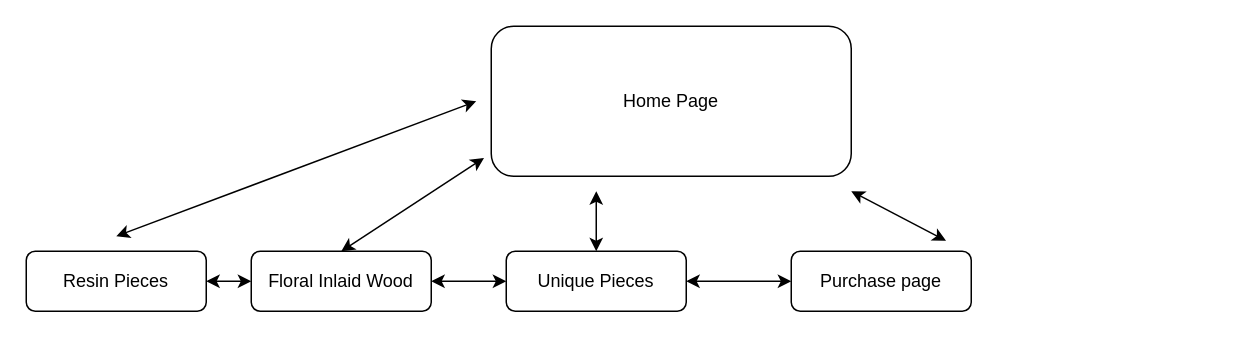
Earlier version of the draw.io diagram Untitled Diagram.drawio (rasrhyss/CMST-385). Source tidied: cells renumbered, new cells numbered last; positions are measured from the earlier drawing's top-left corner, leaving out a move shared by most shapes. Both pictures are drawn from the tidied source at 150%, with x=0, y=0 at pixel (26, 26).
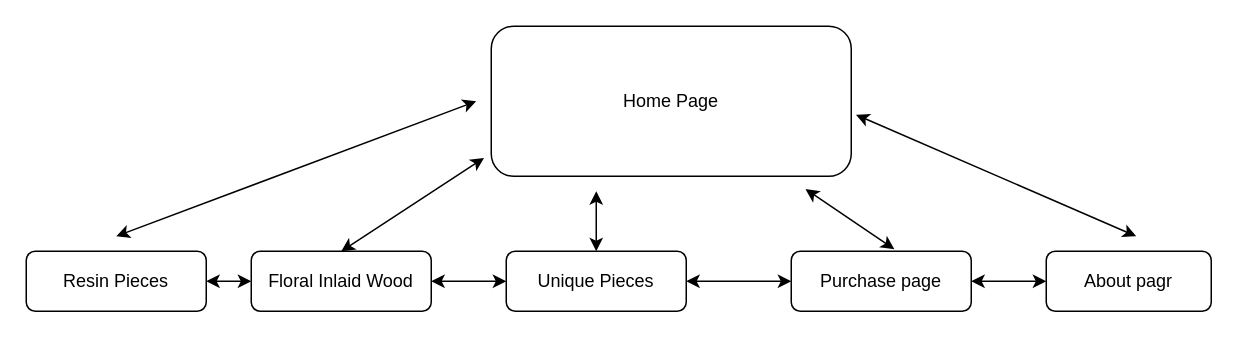
After the change.

Unchanged cells that the change refers to:
```xml
<mxCell id="2" value="Home Page" style="rounded=1;whiteSpace=wrap;html=1;fontSize=12;glass=0;strokeWidth=1;shadow=0;" parent="1" vertex="1">
  <mxGeometry x="310" width="240" height="100" as="geometry" />
</mxCell>
<mxCell id="3" value="Purchase page" style="rounded=1;whiteSpace=wrap;html=1;fontSize=12;glass=0;strokeWidth=1;shadow=0;" parent="1" vertex="1">
  <mxGeometry x="510" y="150" width="120" height="40" as="geometry" />
</mxCell>
```

Change to the diagram source:
```diff
@@
-    <mxCell id="9" style="endArrow=classic;startArrow=classic;html=1;rounded=0;entryX=0.86;entryY=-0.175;entryDx=0;entryDy=0;entryPerimeter=0;" parent="1" edge="1" target="3">
-      <mxGeometry relative="1" as="geometry">
-        <mxPoint x="550" y="110" as="sourcePoint" />
-      </mxGeometry>
+    <mxCell id="9" style="endArrow=classic;startArrow=classic;html=1;rounded=0;entryX=0.573;entryY=-0.035;entryDx=0;entryDy=0;entryPerimeter=0;exitX=0.873;exitY=1.086;exitDx=0;exitDy=0;exitPerimeter=0;" parent="1" edge="1" source="2" target="3">
+      <mxGeometry relative="1" as="geometry" />
     </mxCell>
@@
+    <mxCell id="14" value="About pagr" style="rounded=1;whiteSpace=wrap;html=1;" parent="1" vertex="1">
+      <mxGeometry x="680" y="150" width="110" height="40" as="geometry" />
+    </mxCell>
+    <mxCell id="15" style="endArrow=classic;startArrow=classic;html=1;rounded=0;entryX=1.013;entryY=0.59;entryDx=0;entryDy=0;entryPerimeter=0;" parent="1" edge="1" target="2">
+      <mxGeometry relative="1" as="geometry">
+        <mxPoint x="740" y="140" as="sourcePoint" />
+      </mxGeometry>
+    </mxCell>
+    <mxCell id="16" style="endArrow=classic;startArrow=classic;html=1;rounded=0;entryX=0;entryY=0.5;entryDx=0;entryDy=0;exitX=1;exitY=0.5;exitDx=0;exitDy=0;" parent="1" edge="1" source="3" target="14">
+      <mxGeometry relative="1" as="geometry" />
+    </mxCell>
```
